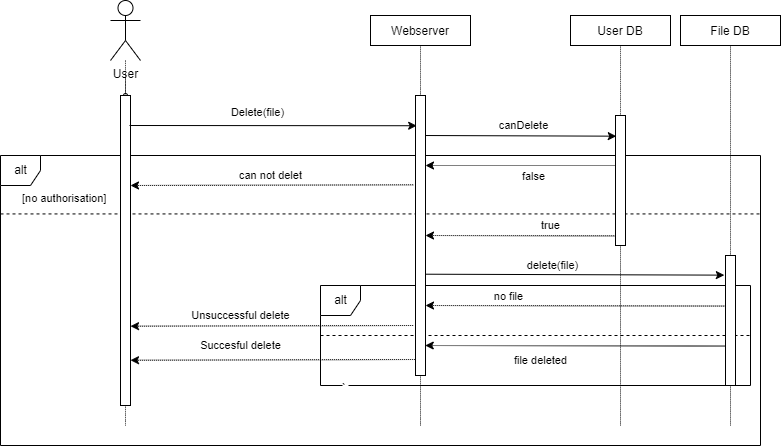
This is Diagrams/sequence/delete.png from rittakos/CreaTeam-ComputerSecurity, a draw.io export, as it was before one commit. Source tidied: cells renumbered, new cells last; positions are measured from the earlier drawing's top-left corner, leaving out a move shared by most shapes. Source of this version:
```xml
<mxGraphModel>
  <root>
    <mxCell id="0" />
    <mxCell id="1" parent="0" />
    <mxCell id="2" value="alt" style="shape=umlFrame;tabWidth=110;tabHeight=30;tabPosition=left;html=1;boundedLbl=1;labelInHeader=1;width=40;height=30;" parent="1" vertex="1">
      <mxGeometry y="155" width="760" height="290" as="geometry" />
    </mxCell>
    <mxCell id="3" value="alt" style="shape=umlFrame;tabWidth=110;tabHeight=30;tabPosition=left;html=1;boundedLbl=1;labelInHeader=1;width=40;height=30;" parent="2" vertex="1">
      <mxGeometry x="320" y="130" width="430" height="100" as="geometry" />
    </mxCell>
    <mxCell id="4" value="`" style="line;strokeWidth=1;dashed=1;labelPosition=center;verticalLabelPosition=bottom;align=left;verticalAlign=top;spacingLeft=20;spacingTop=15;" parent="3" vertex="1">
      <mxGeometry y="25.6" width="430" height="48.8" as="geometry" />
    </mxCell>
    <mxCell id="5" style="edgeStyle=orthogonalEdgeStyle;rounded=0;orthogonalLoop=1;jettySize=auto;html=1;exitX=0.5;exitY=1;exitDx=0;exitDy=0;dashed=1;dashPattern=1 1;" parent="3" edge="1">
      <mxGeometry relative="1" as="geometry">
        <mxPoint x="64.5" y="40" as="sourcePoint" />
        <mxPoint x="64.5" y="40" as="targetPoint" />
      </mxGeometry>
    </mxCell>
    <mxCell id="6" style="rounded=0;dashed=0;" parent="3" vertex="1">
      <mxGeometry x="405" y="-30" width="10" height="130" as="geometry" />
    </mxCell>
    <mxCell id="7" style="endArrow=classic;html=1;rounded=0;dashed=1;dashPattern=1 1;fontSize=11;exitX=0.025;exitY=0.389;exitDx=0;exitDy=0;exitPerimeter=0;entryX=1;entryY=0.75;entryDx=0;entryDy=0;" parent="3" edge="1">
      <mxGeometry relative="1" as="geometry">
        <mxPoint x="405" y="60.6" as="sourcePoint" />
        <mxPoint x="104.8" y="60" as="targetPoint" />
      </mxGeometry>
    </mxCell>
    <mxCell id="8" value="file deleted" style="edgeLabel;html=1;align=center;verticalAlign=middle;fontSize=11;" parent="7" vertex="1">
      <mxGeometry x="0.29" y="2" relative="1" as="geometry">
        <mxPoint x="9" y="12" as="offset" />
      </mxGeometry>
    </mxCell>
    <mxCell id="9" value="[no authorisation]" style="text;fontSize=11;" parent="2" vertex="1">
      <mxGeometry width="100" height="20" relative="1" as="geometry">
        <mxPoint x="20" y="30" as="offset" />
      </mxGeometry>
    </mxCell>
    <mxCell id="10" style="line;strokeWidth=1;dashed=1;labelPosition=center;verticalLabelPosition=bottom;align=left;verticalAlign=top;spacingLeft=19;spacingTop=1;" parent="2" vertex="1">
      <mxGeometry y="10" width="760" height="96.9" as="geometry" />
    </mxCell>
    <mxCell id="11" value="Succesful delete" style="endArrow=classic;html=1;rounded=0;exitX=-0.232;exitY=0.319;exitDx=0;exitDy=0;exitPerimeter=0;dashed=1;dashPattern=1 1;" parent="2" edge="1">
      <mxGeometry x="0.24" y="-14" relative="1" as="geometry">
        <mxPoint x="420.3" y="204" as="sourcePoint" />
        <mxPoint x="130" y="204.7" as="targetPoint" />
      </mxGeometry>
    </mxCell>
    <mxCell id="12" value="delete(file)" style="endArrow=classic;html=1;rounded=0;entryX=-0.115;entryY=0.151;entryDx=0;entryDy=0;entryPerimeter=0;" parent="2" edge="1" target="6">
      <mxGeometry x="-0.13" y="9" relative="1" as="geometry">
        <mxPoint x="420" y="118.7" as="sourcePoint" />
      </mxGeometry>
    </mxCell>
    <mxCell id="13" value="Unsuccessful delete" style="endArrow=classic;html=1;rounded=0;exitX=-0.232;exitY=0.319;exitDx=0;exitDy=0;exitPerimeter=0;dashed=1;dashPattern=1 1;" parent="2" edge="1">
      <mxGeometry x="0.22" y="-10" relative="1" as="geometry">
        <mxPoint x="412.7" y="170" as="sourcePoint" />
        <mxPoint x="130" y="170.7" as="targetPoint" />
      </mxGeometry>
    </mxCell>
    <mxCell id="14" value="true" style="endArrow=classic;html=1;rounded=0;entryX=1;entryY=0.5;entryDx=0;entryDy=0;dashed=1;dashPattern=1 1;exitX=0.078;exitY=0.926;exitDx=0;exitDy=0;exitPerimeter=0;" parent="1" edge="1" source="33" target="26">
      <mxGeometry x="-0.31" y="-10" relative="1" as="geometry" />
    </mxCell>
    <mxCell id="15" value="canDelete" style="endArrow=classic;html=1;rounded=0;entryX=0.078;entryY=0.159;entryDx=0;entryDy=0;entryPerimeter=0;" parent="1" edge="1" target="33">
      <mxGeometry x="0.05" y="10" relative="1" as="geometry">
        <mxPoint x="420" y="135" as="sourcePoint" />
      </mxGeometry>
    </mxCell>
    <mxCell id="16" style="endArrow=classic;html=1;rounded=0;entryX=1;entryY=0.25;entryDx=0;entryDy=0;dashed=1;dashPattern=1 1;" parent="1" edge="1" target="26">
      <mxGeometry relative="1" as="geometry">
        <mxPoint x="620" y="165" as="sourcePoint" />
      </mxGeometry>
    </mxCell>
    <mxCell id="17" value="false" style="edgeLabel;html=1;align=center;verticalAlign=middle;" parent="16" vertex="1">
      <mxGeometry x="0.3" y="2" relative="1" as="geometry">
        <mxPoint x="38" y="8" as="offset" />
      </mxGeometry>
    </mxCell>
    <mxCell id="18" style="edgeStyle=orthogonalEdgeStyle;curved=1;rounded=0;jettySize=auto;html=1;dashed=1;dashPattern=1 1;endArrow=oval;endFill=0;endSize=4;" parent="1" edge="1" source="19" target="29">
      <mxGeometry relative="1" as="geometry" />
    </mxCell>
    <mxCell id="19" value="User" style="shape=umlActor;verticalLabelPosition=bottom;verticalAlign=top;html=1;outlineConnect=0;" parent="1" vertex="1">
      <mxGeometry x="110" width="30" height="60" as="geometry" />
    </mxCell>
    <mxCell id="20" style="html=1;verticalAlign=bottom;startArrow=none;endArrow=none;dashed=1;rounded=0;dashPattern=1 1;endSize=4;curved=1;" parent="1" edge="1" target="33">
      <mxGeometry relative="1" as="geometry">
        <mxPoint x="620" y="425" as="sourcePoint" />
      </mxGeometry>
    </mxCell>
    <mxCell id="21" value="User DB" style="rounded=0;dashed=0;" parent="1" vertex="1">
      <mxGeometry x="570" y="15" width="100" height="30" as="geometry" />
    </mxCell>
    <mxCell id="22" style="html=1;verticalAlign=bottom;startArrow=none;endArrow=none;dashed=1;rounded=0;dashPattern=1 1;endSize=4;curved=1;" parent="1" edge="1" source="33" target="21">
      <mxGeometry relative="1" as="geometry" />
    </mxCell>
    <mxCell id="23" style="html=1;verticalAlign=bottom;startArrow=none;endArrow=none;dashed=1;rounded=0;dashPattern=1 1;endSize=4;curved=1;" parent="1" edge="1" target="26">
      <mxGeometry relative="1" as="geometry">
        <mxPoint x="420" y="425" as="sourcePoint" />
      </mxGeometry>
    </mxCell>
    <mxCell id="24" value="Webserver" style="rounded=0;dashed=0;" parent="1" vertex="1">
      <mxGeometry x="370" y="15" width="100" height="30" as="geometry" />
    </mxCell>
    <mxCell id="25" style="html=1;verticalAlign=bottom;startArrow=none;endArrow=none;dashed=1;rounded=0;dashPattern=1 1;endSize=4;curved=1;" parent="1" edge="1" source="26" target="24">
      <mxGeometry relative="1" as="geometry" />
    </mxCell>
    <mxCell id="26" style="rounded=0;dashed=0;" parent="1" vertex="1">
      <mxGeometry x="415" y="95" width="10" height="280" as="geometry" />
    </mxCell>
    <mxCell id="27" style="html=1;verticalAlign=bottom;startArrow=none;endArrow=none;dashed=1;rounded=0;dashPattern=1 1;endSize=4;curved=1;" parent="1" edge="1" target="29">
      <mxGeometry relative="1" as="geometry">
        <mxPoint x="125" y="425" as="sourcePoint" />
      </mxGeometry>
    </mxCell>
    <mxCell id="28" style="html=1;verticalAlign=bottom;startArrow=none;endArrow=none;dashed=1;rounded=0;dashPattern=1 1;endSize=4;curved=1;" parent="1" edge="1" source="29">
      <mxGeometry relative="1" as="geometry">
        <mxPoint x="125" y="75" as="targetPoint" />
      </mxGeometry>
    </mxCell>
    <mxCell id="29" style="rounded=0;dashed=0;" parent="1" vertex="1">
      <mxGeometry x="120" y="95" width="10" height="310" as="geometry" />
    </mxCell>
    <mxCell id="30" style="endArrow=classic;html=1;rounded=0;entryX=0.118;entryY=0.108;entryDx=0;entryDy=0;entryPerimeter=0;" parent="1" edge="1" target="26">
      <mxGeometry relative="1" as="geometry">
        <mxPoint x="129" y="125" as="sourcePoint" />
      </mxGeometry>
    </mxCell>
    <mxCell id="31" value="Delete(file)" style="edgeLabel;html=1;align=center;verticalAlign=middle;" parent="30" vertex="1">
      <mxGeometry x="-0.12" y="1" relative="1" as="geometry">
        <mxPoint y="-13" as="offset" />
      </mxGeometry>
    </mxCell>
    <mxCell id="32" value="can not delet" style="endArrow=classic;html=1;rounded=0;exitX=-0.232;exitY=0.319;exitDx=0;exitDy=0;exitPerimeter=0;dashed=1;dashPattern=1 1;" parent="1" edge="1" source="26">
      <mxGeometry x="0.01" y="-10" relative="1" as="geometry">
        <mxPoint x="130" y="185" as="targetPoint" />
      </mxGeometry>
    </mxCell>
    <mxCell id="33" style="rounded=0;dashed=0;" parent="1" vertex="1">
      <mxGeometry x="615" y="115" width="10" height="130" as="geometry" />
    </mxCell>
    <mxCell id="34" style="html=1;verticalAlign=bottom;startArrow=none;endArrow=none;dashed=1;rounded=0;dashPattern=1 1;endSize=4;curved=1;" parent="1" edge="1" target="6">
      <mxGeometry relative="1" as="geometry">
        <mxPoint x="730" y="425" as="sourcePoint" />
      </mxGeometry>
    </mxCell>
    <mxCell id="35" value="File DB" style="rounded=0;dashed=0;" parent="1" vertex="1">
      <mxGeometry x="680" y="15" width="100" height="30" as="geometry" />
    </mxCell>
    <mxCell id="36" style="html=1;verticalAlign=bottom;startArrow=none;endArrow=none;dashed=1;rounded=0;dashPattern=1 1;endSize=4;curved=1;" parent="1" edge="1" source="6" target="35">
      <mxGeometry relative="1" as="geometry" />
    </mxCell>
    <mxCell id="37" style="endArrow=classic;html=1;rounded=0;dashed=1;dashPattern=1 1;fontSize=11;exitX=0.025;exitY=0.389;exitDx=0;exitDy=0;exitPerimeter=0;entryX=1;entryY=0.75;entryDx=0;entryDy=0;" parent="1" edge="1" source="6" target="26">
      <mxGeometry relative="1" as="geometry" />
    </mxCell>
    <mxCell id="38" value="no file" style="edgeLabel;html=1;align=center;verticalAlign=middle;fontSize=11;" parent="37" vertex="1">
      <mxGeometry x="0.45" relative="1" as="geometry">
        <mxPoint y="-10" as="offset" />
      </mxGeometry>
    </mxCell>
  </root>
</mxGraphModel>
```
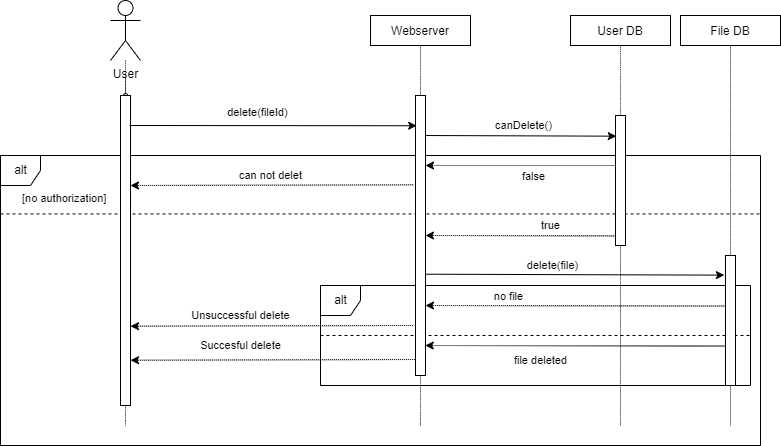
Later version of the same file.

What changed in the source:
```diff
@@ -8,7 +8,7 @@
     <mxCell id="3" value="alt" style="shape=umlFrame;tabWidth=110;tabHeight=30;tabPosition=left;html=1;boundedLbl=1;labelInHeader=1;width=40;height=30;" parent="2" vertex="1">
       <mxGeometry x="320" y="130" width="430" height="100" as="geometry" />
     </mxCell>
-    <mxCell id="4" value="`" style="line;strokeWidth=1;dashed=1;labelPosition=center;verticalLabelPosition=bottom;align=left;verticalAlign=top;spacingLeft=20;spacingTop=15;" parent="3" vertex="1">
+    <mxCell id="4" style="line;strokeWidth=1;dashed=1;labelPosition=center;verticalLabelPosition=bottom;align=left;verticalAlign=top;spacingLeft=20;spacingTop=15;" parent="3" vertex="1">
       <mxGeometry y="25.6" width="430" height="48.8" as="geometry" />
     </mxCell>
     <mxCell id="5" style="edgeStyle=orthogonalEdgeStyle;rounded=0;orthogonalLoop=1;jettySize=auto;html=1;exitX=0.5;exitY=1;exitDx=0;exitDy=0;dashed=1;dashPattern=1 1;" parent="3" edge="1">
@@ -31,7 +31,7 @@
         <mxPoint x="9" y="12" as="offset" />
       </mxGeometry>
     </mxCell>
-    <mxCell id="9" value="[no authorisation]" style="text;fontSize=11;" parent="2" vertex="1">
+    <mxCell id="9" value="[no authorization]" style="text;fontSize=11;" parent="2" vertex="1">
       <mxGeometry width="100" height="20" relative="1" as="geometry">
         <mxPoint x="20" y="30" as="offset" />
       </mxGeometry>
@@ -59,7 +59,7 @@
     <mxCell id="14" value="true" style="endArrow=classic;html=1;rounded=0;entryX=1;entryY=0.5;entryDx=0;entryDy=0;dashed=1;dashPattern=1 1;exitX=0.078;exitY=0.926;exitDx=0;exitDy=0;exitPerimeter=0;" parent="1" edge="1" source="33" target="26">
       <mxGeometry x="-0.31" y="-10" relative="1" as="geometry" />
     </mxCell>
-    <mxCell id="15" value="canDelete" style="endArrow=classic;html=1;rounded=0;entryX=0.078;entryY=0.159;entryDx=0;entryDy=0;entryPerimeter=0;" parent="1" edge="1" target="33">
+    <mxCell id="15" value="canDelete()" style="endArrow=classic;html=1;rounded=0;entryX=0.078;entryY=0.159;entryDx=0;entryDy=0;entryPerimeter=0;" parent="1" edge="1" target="33">
       <mxGeometry x="0.05" y="10" relative="1" as="geometry">
         <mxPoint x="420" y="135" as="sourcePoint" />
       </mxGeometry>
@@ -123,7 +123,7 @@
         <mxPoint x="129" y="125" as="sourcePoint" />
       </mxGeometry>
     </mxCell>
-    <mxCell id="31" value="Delete(file)" style="edgeLabel;html=1;align=center;verticalAlign=middle;" parent="30" vertex="1">
+    <mxCell id="31" value="delete(fileId)" style="edgeLabel;html=1;align=center;verticalAlign=middle;" parent="30" vertex="1">
       <mxGeometry x="-0.12" y="1" relative="1" as="geometry">
         <mxPoint y="-13" as="offset" />
       </mxGeometry>
```
